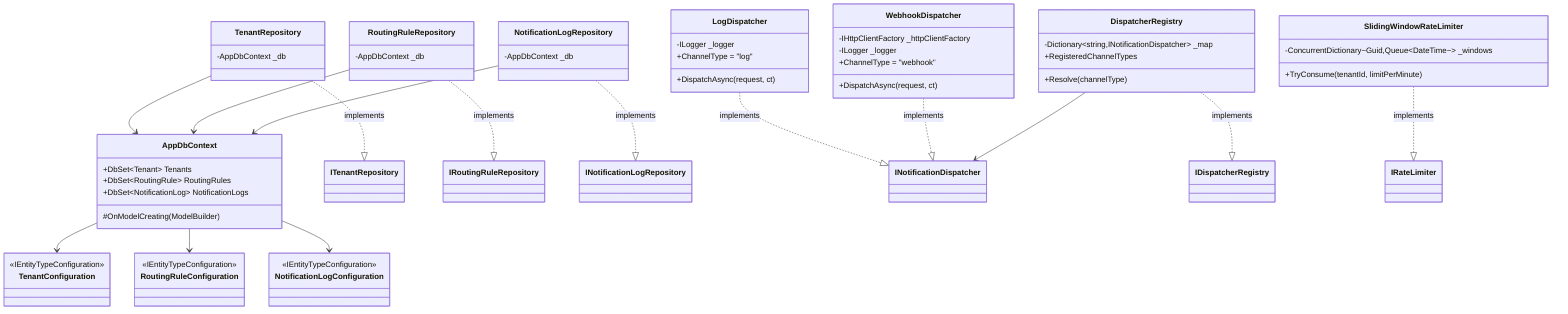
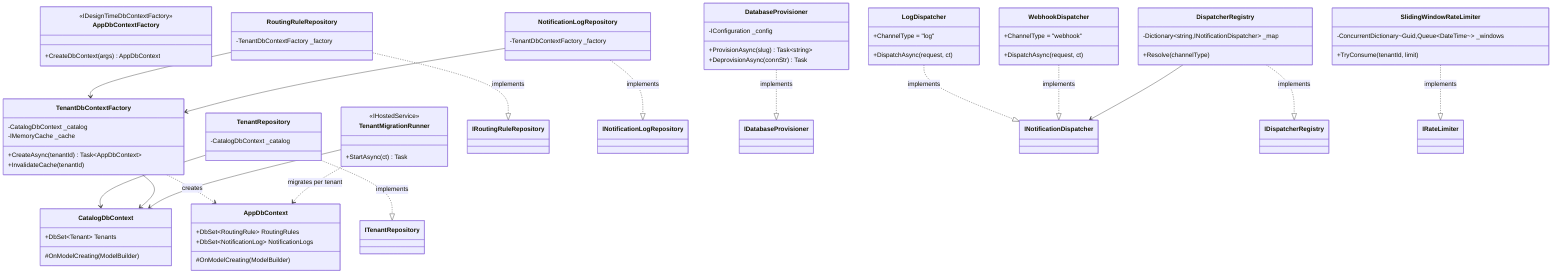
classDiagram
+     class CatalogDbContext {
+         +DbSet~Tenant~ Tenants
+         #OnModelCreating(ModelBuilder)
+     }
    class AppDbContext {
-         +DbSet~Tenant~ Tenants
        +DbSet~RoutingRule~ RoutingRules
        +DbSet~NotificationLog~ NotificationLogs
        #OnModelCreating(ModelBuilder)
    }
-     class TenantConfiguration {
-         <<IEntityTypeConfiguration>>
+     class AppDbContextFactory {
+         <<IDesignTimeDbContextFactory>>
+         +CreateDbContext(args) AppDbContext
    }
-     class RoutingRuleConfiguration {
-         <<IEntityTypeConfiguration>>
+     class TenantDbContextFactory {
+         -CatalogDbContext _catalog
+         -IMemoryCache _cache
+         +CreateAsync(tenantId) Task~AppDbContext~
+         +InvalidateCache(tenantId)
    }
-     class NotificationLogConfiguration {
-         <<IEntityTypeConfiguration>>
+     class DatabaseProvisioner {
+         -IConfiguration _config
+         +ProvisionAsync(slug) Task~string~
+         +DeprovisionAsync(connStr) Task
+     }
+     class TenantMigrationRunner {
+         <<IHostedService>>
+         +StartAsync(ct) Task
    }
    class TenantRepository {
-         -AppDbContext _db
+         -CatalogDbContext _catalog
    }
    class RoutingRuleRepository {
-         -AppDbContext _db
+         -TenantDbContextFactory _factory
    }
    class NotificationLogRepository {
-         -AppDbContext _db
+         -TenantDbContextFactory _factory
    }
    class LogDispatcher {
-         -ILogger _logger
        +ChannelType = "log"
        +DispatchAsync(request, ct)
    }
    class WebhookDispatcher {
-         -IHttpClientFactory _httpClientFactory
-         -ILogger _logger
        +ChannelType = "webhook"
        +DispatchAsync(request, ct)
    }
    class DispatcherRegistry {
        -Dictionary~string,INotificationDispatcher~ _map
        +Resolve(channelType)
-         +RegisteredChannelTypes
    }
    class SlidingWindowRateLimiter {
        -ConcurrentDictionary~Guid,Queue~DateTime~~ _windows
-         +TryConsume(tenantId, limitPerMinute)
+         +TryConsume(tenantId, limit)
    }

    TenantRepository ..|> ITenantRepository : implements
    RoutingRuleRepository ..|> IRoutingRuleRepository : implements
    NotificationLogRepository ..|> INotificationLogRepository : implements
+     DatabaseProvisioner ..|> IDatabaseProvisioner : implements
    LogDispatcher ..|> INotificationDispatcher : implements
    WebhookDispatcher ..|> INotificationDispatcher : implements
    DispatcherRegistry ..|> IDispatcherRegistry : implements
    SlidingWindowRateLimiter ..|> IRateLimiter : implements

-     TenantRepository --> AppDbContext
-     RoutingRuleRepository --> AppDbContext
-     NotificationLogRepository --> AppDbContext
-     AppDbContext --> TenantConfiguration
-     AppDbContext --> RoutingRuleConfiguration
-     AppDbContext --> NotificationLogConfiguration
+     TenantRepository --> CatalogDbContext
+     TenantDbContextFactory --> CatalogDbContext
+     RoutingRuleRepository --> TenantDbContextFactory
+     NotificationLogRepository --> TenantDbContextFactory
+     TenantDbContextFactory ..> AppDbContext : creates
+     TenantMigrationRunner --> CatalogDbContext
+     TenantMigrationRunner ..> AppDbContext : migrates per tenant
    DispatcherRegistry --> INotificationDispatcher
